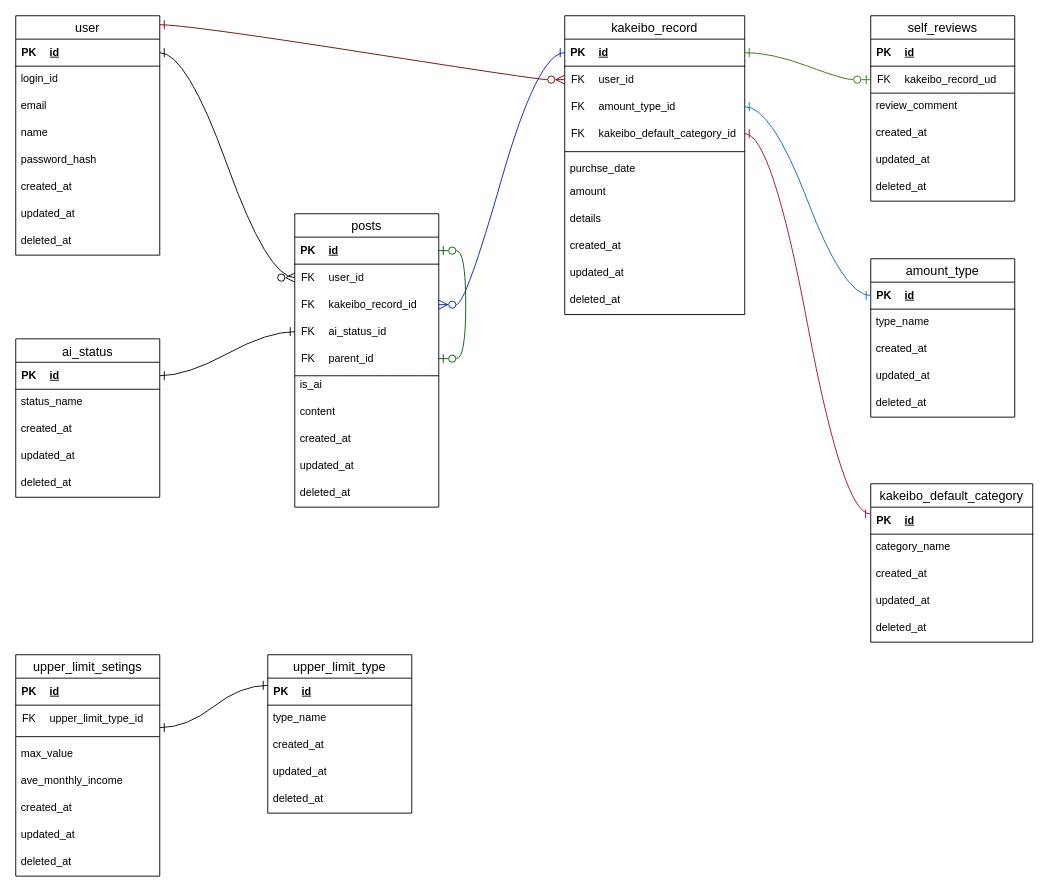
Before: docs/DB設計/ER図resmane.drawio in space-musicacct/resmane, a draw.io diagram. Source tidied: cells renumbered, new cells numbered last; positions are measured from the earlier drawing's top-left corner, leaving out a move shared by most shapes. Both pictures are drawn from the tidied source at 90%, with x=0, y=0 at pixel (15, 15).
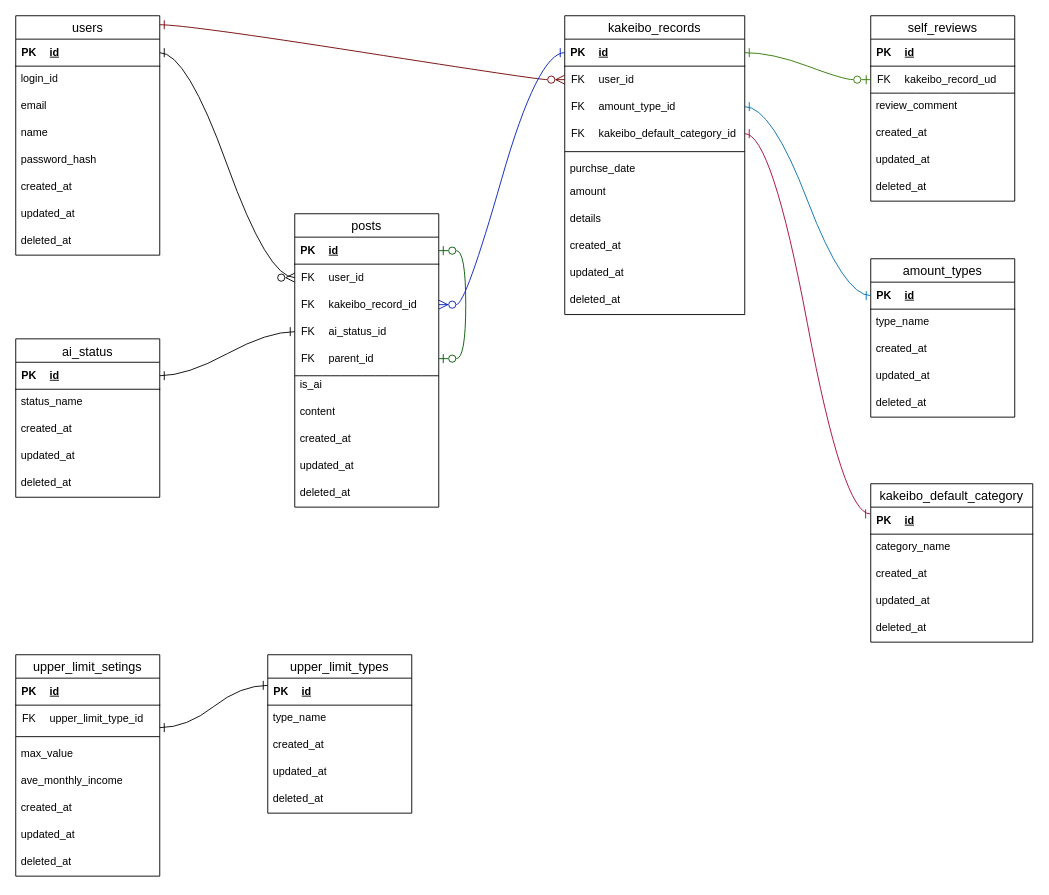
The same page after the edit.

Change to the diagram source:
```diff
@@
-    <mxCell id="2" value="user" style="swimlane;fontStyle=0;horizontal=1;startSize=26;align=center;fontSize=14;" parent="1" vertex="1">
+    <mxCell id="2" value="users" style="swimlane;fontStyle=0;horizontal=1;startSize=26;align=center;fontSize=14;" parent="1" vertex="1">
       <mxGeometry width="160" height="266" as="geometry" />
     </mxCell>
@@
-    <mxCell id="14" value="kakeibo_record" style="swimlane;fontStyle=0;horizontal=1;startSize=26;align=center;fontSize=14;" parent="1" vertex="1">
+    <mxCell id="14" value="kakeibo_records" style="swimlane;fontStyle=0;horizontal=1;startSize=26;align=center;fontSize=14;" parent="1" vertex="1">
       <mxGeometry x="610" width="200" height="332" as="geometry" />
     </mxCell>
@@
-    <mxCell id="36" value="amount_type" style="swimlane;fontStyle=0;horizontal=1;startSize=26;align=center;fontSize=14;" parent="1" vertex="1">
+    <mxCell id="36" value="amount_types" style="swimlane;fontStyle=0;horizontal=1;startSize=26;align=center;fontSize=14;" parent="1" vertex="1">
       <mxGeometry x="950" y="270" width="160" height="176" as="geometry" />
     </mxCell>
@@
-    <mxCell id="70" value="upper_limit_type" style="swimlane;fontStyle=0;horizontal=1;startSize=26;align=center;fontSize=14;" parent="1" vertex="1">
+    <mxCell id="70" value="upper_limit_types" style="swimlane;fontStyle=0;horizontal=1;startSize=26;align=center;fontSize=14;" parent="1" vertex="1">
       <mxGeometry x="280" y="710" width="160" height="176" as="geometry" />
     </mxCell>
```
